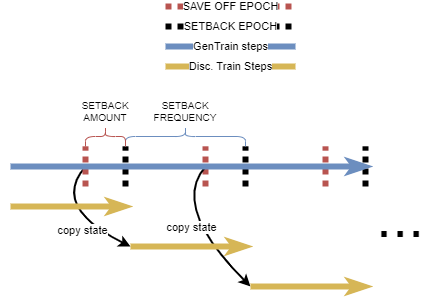
Above: algorithm.png in stevenjohnlarsen/GAN-discriminator-refresh-learning (draw.io), before the change. Source tidied: cells renumbered, new cells last; positions are measured from the earlier drawing's top-left corner, leaving out a move shared by most shapes.
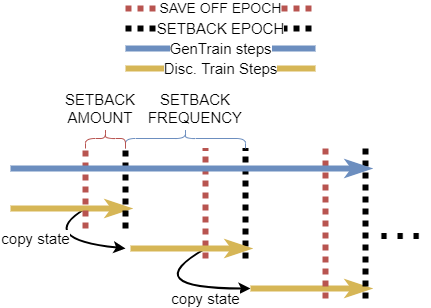
After the change.

Change to the diagram source:
```diff
@@ -2,128 +2,131 @@
   <root>
     <mxCell id="0" />
     <mxCell id="1" parent="0" />
+    <mxCell id="24" style="group;" parent="1" vertex="1">
+      <mxGeometry x="115" width="190" height="60" as="geometry" />
+    </mxCell>
+    <mxCell id="17" value="&lt;font style=&quot;font-size: 15px&quot;&gt;GenTrain steps&lt;/font&gt;" style="endArrow=none;html=1;rounded=0;strokeWidth=6;fillColor=#dae8fc;strokeColor=#6c8ebf;" parent="24" edge="1">
+      <mxGeometry relative="1" as="geometry">
+        <mxPoint y="40" as="sourcePoint" />
+        <mxPoint x="190" y="40" as="targetPoint" />
+      </mxGeometry>
+    </mxCell>
+    <mxCell id="18" value="&lt;font style=&quot;font-size: 15px&quot;&gt;Disc. Train Steps&lt;/font&gt;" style="endArrow=none;html=1;rounded=0;strokeWidth=6;fillColor=#fff2cc;strokeColor=#d6b656;" parent="24" edge="1">
+      <mxGeometry relative="1" as="geometry">
+        <mxPoint y="60" as="sourcePoint" />
+        <mxPoint x="190" y="60" as="targetPoint" />
+      </mxGeometry>
+    </mxCell>
+    <mxCell id="19" value="&lt;font style=&quot;font-size: 15px&quot;&gt;SETBACK EPOCH&lt;/font&gt;" style="endArrow=none;dashed=1;html=1;rounded=0;strokeWidth=6;dashPattern=1 1;" parent="24" edge="1">
+      <mxGeometry relative="1" as="geometry">
+        <mxPoint y="20" as="sourcePoint" />
+        <mxPoint x="190" y="20" as="targetPoint" />
+      </mxGeometry>
+    </mxCell>
+    <mxCell id="20" value="&lt;font style=&quot;font-size: 14px&quot;&gt;SAVE OFF EPOCH&lt;/font&gt;" style="endArrow=none;dashed=1;html=1;rounded=0;strokeWidth=6;dashPattern=1 1;fillColor=#f8cecc;strokeColor=#b85450;" parent="24" edge="1">
+      <mxGeometry relative="1" as="geometry">
+        <mxPoint as="sourcePoint" />
+        <mxPoint x="190" as="targetPoint" />
+      </mxGeometry>
+    </mxCell>
+    <mxCell id="25" style="group;" parent="1" vertex="1">
+      <mxGeometry y="80" width="420" height="210" as="geometry" />
+    </mxCell>
-    <mxCell id="2" value="copy state" style="curved=1;endArrow=classic;html=1;rounded=0;strokeWidth=2;" parent="1" edge="1">
-      <mxGeometry x="0.3" y="-7" relative="1" as="geometry">
-        <mxPoint x="75" y="160" as="sourcePoint" />
-        <mxPoint x="120" y="240" as="targetPoint" />
+    <mxCell id="2" value="&lt;font style=&quot;font-size: 15px&quot;&gt;copy state&lt;/font&gt;" style="curved=1;endArrow=classic;html=1;rounded=0;strokeWidth=2;" parent="25" edge="1">
+      <mxGeometry x="-0.22" relative="1" as="geometry">
+        <mxPoint x="75" y="120" as="sourcePoint" />
+        <mxPoint x="115" y="160" as="targetPoint" />
         <Array as="points">
-          <mxPoint x="40" y="200" />
+          <mxPoint x="25" y="150" />
         </Array>
       </mxGeometry>
     </mxCell>
-    <mxCell id="3" value="&lt;font style=&quot;font-size: 58px&quot;&gt;...&lt;/font&gt;" style="text;html=1;strokeColor=none;fillColor=none;align=center;verticalAlign=middle;whiteSpace=wrap;rounded=0;" parent="1" vertex="1">
-      <mxGeometry x="360" y="210" width="60" as="geometry" />
+    <mxCell id="3" value="&lt;font style=&quot;font-size: 58px&quot;&gt;...&lt;/font&gt;" style="text;html=1;strokeColor=none;fillColor=none;align=center;verticalAlign=middle;whiteSpace=wrap;rounded=0;" parent="25" vertex="1">
+      <mxGeometry x="360" y="130" width="60" as="geometry" />
     </mxCell>
-    <mxCell id="4" style="endArrow=classicThin;html=1;rounded=0;strokeWidth=6;fillColor=#fff2cc;strokeColor=#d6b656;endFill=1;" parent="1" edge="1">
+    <mxCell id="4" style="endArrow=classicThin;html=1;rounded=0;strokeWidth=6;fillColor=#fff2cc;strokeColor=#d6b656;endFill=1;" parent="25" edge="1">
       <mxGeometry relative="1" as="geometry">
-        <mxPoint y="200" as="sourcePoint" />
-        <mxPoint x="120" y="200" as="targetPoint" />
+        <mxPoint y="120" as="sourcePoint" />
+        <mxPoint x="120" y="120" as="targetPoint" />
       </mxGeometry>
     </mxCell>
-    <mxCell id="5" style="endArrow=none;dashed=1;html=1;rounded=0;strokeWidth=6;dashPattern=1 1;" parent="1" edge="1">
+    <mxCell id="5" style="endArrow=none;dashed=1;html=1;rounded=0;strokeWidth=6;dashPattern=1 1;" parent="25" edge="1">
       <mxGeometry relative="1" as="geometry">
-        <mxPoint x="115" y="180" as="sourcePoint" />
-        <mxPoint x="115" y="140" as="targetPoint" />
+        <mxPoint x="115" y="140" as="sourcePoint" />
+        <mxPoint x="115" y="60" as="targetPoint" />
       </mxGeometry>
     </mxCell>
-    <mxCell id="6" style="endArrow=none;dashed=1;html=1;rounded=0;strokeWidth=6;dashPattern=1 1;" parent="1" edge="1">
+    <mxCell id="6" style="endArrow=none;dashed=1;html=1;rounded=0;strokeWidth=6;dashPattern=1 1;" parent="25" edge="1">
       <mxGeometry relative="1" as="geometry">
-        <mxPoint x="235" y="180" as="sourcePoint" />
-        <mxPoint x="235" y="140" as="targetPoint" />
+        <mxPoint x="235" y="170" as="sourcePoint" />
+        <mxPoint x="235" y="60" as="targetPoint" />
       </mxGeometry>
     </mxCell>
-    <mxCell id="7" style="endArrow=none;dashed=1;html=1;rounded=0;strokeWidth=6;dashPattern=1 1;fillColor=#f8cecc;strokeColor=#b85450;" parent="1" edge="1">
+    <mxCell id="7" style="endArrow=none;dashed=1;html=1;rounded=0;strokeWidth=6;dashPattern=1 1;fillColor=#f8cecc;strokeColor=#b85450;" parent="25" edge="1">
       <mxGeometry relative="1" as="geometry">
-        <mxPoint x="75" y="180" as="sourcePoint" />
-        <mxPoint x="75" y="140" as="targetPoint" />
+        <mxPoint x="75" y="140" as="sourcePoint" />
+        <mxPoint x="75" y="60" as="targetPoint" />
       </mxGeometry>
     </mxCell>
-    <mxCell id="8" style="endArrow=none;dashed=1;html=1;rounded=0;strokeWidth=6;dashPattern=1 1;fillColor=#f8cecc;strokeColor=#b85450;" parent="1" edge="1">
+    <mxCell id="8" style="endArrow=none;dashed=1;html=1;rounded=0;strokeWidth=6;dashPattern=1 1;fillColor=#f8cecc;strokeColor=#b85450;" parent="25" edge="1">
       <mxGeometry relative="1" as="geometry">
-        <mxPoint x="195" y="180" as="sourcePoint" />
-        <mxPoint x="195" y="140" as="targetPoint" />
+        <mxPoint x="195" y="170" as="sourcePoint" />
+        <mxPoint x="195" y="60" as="targetPoint" />
       </mxGeometry>
     </mxCell>
-    <mxCell id="9" value="copy state" style="curved=1;endArrow=classic;html=1;rounded=0;strokeWidth=2;" parent="1" edge="1">
-      <mxGeometry relative="1" as="geometry">
+    <mxCell id="9" value="&lt;font style=&quot;font-size: 15px&quot;&gt;copy state&lt;/font&gt;" style="curved=1;endArrow=classic;html=1;rounded=0;strokeWidth=2;" parent="25" edge="1">
+      <mxGeometry x="0.54" y="-10" relative="1" as="geometry">
         <mxPoint x="195" y="160" as="sourcePoint" />
-        <mxPoint x="240" y="280" as="targetPoint" />
+        <mxPoint x="240" y="200" as="targetPoint" />
         <Array as="points">
-          <mxPoint x="160" y="200" />
+          <mxPoint x="125" y="200" />
         </Array>
       </mxGeometry>
     </mxCell>
-    <mxCell id="10" style="endArrow=classicThin;html=1;rounded=0;strokeWidth=6;fillColor=#fff2cc;strokeColor=#d6b656;endFill=1;" parent="1" edge="1">
+    <mxCell id="10" style="endArrow=classicThin;html=1;rounded=0;strokeWidth=6;fillColor=#fff2cc;strokeColor=#d6b656;endFill=1;" parent="25" edge="1">
       <mxGeometry relative="1" as="geometry">
-        <mxPoint x="120" y="240" as="sourcePoint" />
-        <mxPoint x="240" y="240" as="targetPoint" />
+        <mxPoint x="120" y="160" as="sourcePoint" />
+        <mxPoint x="240" y="160" as="targetPoint" />
       </mxGeometry>
     </mxCell>
-    <mxCell id="11" style="endArrow=classicThin;html=1;rounded=0;strokeWidth=6;fillColor=#fff2cc;strokeColor=#d6b656;endFill=1;" parent="1" edge="1">
+    <mxCell id="11" style="endArrow=classicThin;html=1;rounded=0;strokeWidth=6;fillColor=#fff2cc;strokeColor=#d6b656;endFill=1;" parent="25" edge="1">
       <mxGeometry relative="1" as="geometry">
-        <mxPoint x="240" y="280" as="sourcePoint" />
-        <mxPoint x="360" y="280" as="targetPoint" />
+        <mxPoint x="240" y="200" as="sourcePoint" />
+        <mxPoint x="360" y="200" as="targetPoint" />
       </mxGeometry>
     </mxCell>
-    <mxCell id="12" style="endArrow=none;dashed=1;html=1;rounded=0;strokeWidth=6;dashPattern=1 1;" parent="1" edge="1">
+    <mxCell id="12" style="endArrow=none;dashed=1;html=1;rounded=0;strokeWidth=6;dashPattern=1 1;" parent="25" edge="1">
       <mxGeometry relative="1" as="geometry">
-        <mxPoint x="355" y="180" as="sourcePoint" />
-        <mxPoint x="355" y="140" as="targetPoint" />
+        <mxPoint x="355" y="210" as="sourcePoint" />
+        <mxPoint x="355" y="60" as="targetPoint" />
       </mxGeometry>
     </mxCell>
-    <mxCell id="13" style="endArrow=none;dashed=1;html=1;rounded=0;strokeWidth=6;dashPattern=1 1;fillColor=#f8cecc;strokeColor=#b85450;" parent="1" edge="1">
+    <mxCell id="13" style="endArrow=none;dashed=1;html=1;rounded=0;strokeWidth=6;dashPattern=1 1;fillColor=#f8cecc;strokeColor=#b85450;" parent="25" edge="1">
       <mxGeometry relative="1" as="geometry">
-        <mxPoint x="315" y="180" as="sourcePoint" />
-        <mxPoint x="315" y="140" as="targetPoint" />
+        <mxPoint x="315" y="210" as="sourcePoint" />
+        <mxPoint x="315" y="60" as="targetPoint" />
       </mxGeometry>
     </mxCell>
-    <mxCell id="14" style="endArrow=classicThin;html=1;rounded=0;fontSize=58;strokeWidth=6;curved=1;fillColor=#dae8fc;strokeColor=#6c8ebf;endFill=1;" parent="1" edge="1">
+    <mxCell id="14" style="endArrow=classicThin;html=1;rounded=0;fontSize=58;strokeWidth=6;curved=1;fillColor=#dae8fc;strokeColor=#6c8ebf;endFill=1;" parent="25" edge="1">
       <mxGeometry relative="1" as="geometry">
-        <mxPoint y="160" as="sourcePoint" />
-        <mxPoint x="360" y="160" as="targetPoint" />
+        <mxPoint y="80" as="sourcePoint" />
+        <mxPoint x="360" y="80" as="targetPoint" />
       </mxGeometry>
     </mxCell>
-    <mxCell id="15" value="&lt;span style=&quot;font-size: 10px&quot;&gt;&lt;br&gt;&lt;/span&gt;" style="shape=curlyBracket;whiteSpace=wrap;html=1;rounded=1;flipH=1;fontSize=58;rotation=-90;fillColor=#dae8fc;strokeColor=#6c8ebf;" parent="1" vertex="1">
-      <mxGeometry x="165" y="70" width="20" height="120" as="geometry" />
+    <mxCell id="15" value="&lt;span style=&quot;font-size: 10px&quot;&gt;&lt;br&gt;&lt;/span&gt;" style="shape=curlyBracket;whiteSpace=wrap;html=1;rounded=1;flipH=1;fontSize=58;rotation=-90;fillColor=#dae8fc;strokeColor=#6c8ebf;" parent="25" vertex="1">
+      <mxGeometry x="165" y="-10" width="20" height="120" as="geometry" />
     </mxCell>
-    <mxCell id="16" style="group;" parent="1" vertex="1">
-      <mxGeometry x="155" width="130" height="60" as="geometry" />
-    </mxCell>
-    <mxCell id="17" value="GenTrain steps" style="endArrow=none;html=1;rounded=0;strokeWidth=6;fillColor=#dae8fc;strokeColor=#6c8ebf;" parent="16" edge="1">
-      <mxGeometry relative="1" as="geometry">
-        <mxPoint y="40" as="sourcePoint" />
-        <mxPoint x="130" y="40" as="targetPoint" />
-      </mxGeometry>
-    </mxCell>
-    <mxCell id="18" value="Disc. Train Steps" style="endArrow=none;html=1;rounded=0;strokeWidth=6;fillColor=#fff2cc;strokeColor=#d6b656;" parent="16" edge="1">
-      <mxGeometry relative="1" as="geometry">
-        <mxPoint y="60" as="sourcePoint" />
-        <mxPoint x="130" y="60" as="targetPoint" />
-      </mxGeometry>
-    </mxCell>
-    <mxCell id="19" value="SETBACK EPOCH" style="endArrow=none;dashed=1;html=1;rounded=0;strokeWidth=6;dashPattern=1 1;" parent="16" edge="1">
-      <mxGeometry relative="1" as="geometry">
-        <mxPoint y="20" as="sourcePoint" />
-        <mxPoint x="130" y="20" as="targetPoint" />
-      </mxGeometry>
-    </mxCell>
-    <mxCell id="20" value="SAVE OFF EPOCH" style="endArrow=none;dashed=1;html=1;rounded=0;strokeWidth=6;dashPattern=1 1;fillColor=#f8cecc;strokeColor=#b85450;" parent="16" edge="1">
-      <mxGeometry relative="1" as="geometry">
-        <mxPoint as="sourcePoint" />
-        <mxPoint x="130" as="targetPoint" />
-      </mxGeometry>
-    </mxCell>
-    <object id="21" label="SETBACK FREQUENCY" name="Variable" placeholders="1">
-      <mxCell style="text;html=1;strokeColor=none;fillColor=none;align=center;verticalAlign=middle;whiteSpace=wrap;overflow=hidden;fontSize=10;" parent="1" vertex="1">
-        <mxGeometry x="135" y="90" width="80" height="30" as="geometry" />
+    <object id="21" label="&lt;font style=&quot;font-size: 15px&quot;&gt;SETBACK FREQUENCY&lt;/font&gt;" name="Variable" placeholders="1">
+      <mxCell style="text;html=1;strokeColor=none;fillColor=none;align=center;verticalAlign=middle;whiteSpace=wrap;overflow=hidden;fontSize=10;" parent="25" vertex="1">
+        <mxGeometry x="135" width="100" height="40" as="geometry" />
       </mxCell>
     </object>
-    <mxCell id="22" value="&lt;span style=&quot;font-size: 10px&quot;&gt;&lt;br&gt;&lt;/span&gt;" style="shape=curlyBracket;whiteSpace=wrap;html=1;rounded=1;flipH=1;fontSize=58;rotation=-90;fillColor=#f8cecc;strokeColor=#b85450;" parent="1" vertex="1">
-      <mxGeometry x="85" y="110" width="20" height="40" as="geometry" />
+    <mxCell id="22" value="&lt;span style=&quot;font-size: 10px&quot;&gt;&lt;br&gt;&lt;/span&gt;" style="shape=curlyBracket;whiteSpace=wrap;html=1;rounded=1;flipH=1;fontSize=58;rotation=-90;fillColor=#f8cecc;strokeColor=#b85450;" parent="25" vertex="1">
+      <mxGeometry x="85" y="30" width="20" height="40" as="geometry" />
     </mxCell>
-    <object id="23" label="SETBACK AMOUNT" name="Variable" placeholders="1">
-      <mxCell style="text;html=1;strokeColor=none;fillColor=none;align=center;verticalAlign=middle;whiteSpace=wrap;overflow=hidden;fontSize=10;" parent="1" vertex="1">
-        <mxGeometry x="55" y="90" width="80" height="30" as="geometry" />
+    <object id="23" label="&lt;font style=&quot;font-size: 15px&quot;&gt;SETBACK AMOUNT&lt;/font&gt;" name="Variable" placeholders="1">
+      <mxCell style="text;html=1;strokeColor=none;fillColor=none;align=center;verticalAlign=middle;whiteSpace=wrap;overflow=hidden;fontSize=10;" parent="25" vertex="1">
+        <mxGeometry x="45" width="90" height="40" as="geometry" />
       </mxCell>
     </object>
   </root>
```
